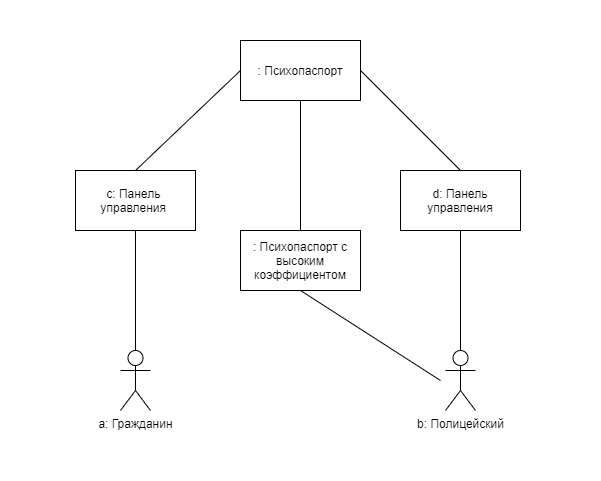
Earlier version of the draw.io export docs/pics/cooperative diagram 1.png (FF220v/ITMO-Psychopass-Team). Source tidied: cells renumbered, new cells last; positions are measured from the earlier drawing's top-left corner, leaving out a move shared by most shapes. Its diagram source:
```xml
<mxGraphModel>
  <root>
    <mxCell id="0" />
    <mxCell id="1" parent="0" />
    <mxCell id="2" style="rounded=0;whiteSpace=wrap;html=1;strokeColor=#FFFFFF;" parent="1" vertex="1">
      <mxGeometry width="600" height="480" as="geometry" />
    </mxCell>
    <mxCell id="3" style="edgeStyle=orthogonalEdgeStyle;rounded=0;jettySize=auto;html=1;entryX=0.5;entryY=1;entryDx=0;entryDy=0;endArrow=none;endFill=0;" parent="1" edge="1" source="4" target="8">
      <mxGeometry relative="1" as="geometry" />
    </mxCell>
    <mxCell id="4" value="a: Гражданин" style="shape=umlActor;verticalLabelPosition=bottom;verticalAlign=top;html=1;outlineConnect=0;" parent="1" vertex="1">
      <mxGeometry x="120" y="350" width="30" height="60" as="geometry" />
    </mxCell>
    <mxCell id="5" style="edgeStyle=none;rounded=0;jettySize=auto;html=1;entryX=0.5;entryY=1;entryDx=0;entryDy=0;endArrow=none;endFill=0;" parent="1" edge="1" source="6" target="9">
      <mxGeometry relative="1" as="geometry" />
    </mxCell>
    <mxCell id="6" value="b: Полицейский" style="shape=umlActor;verticalLabelPosition=bottom;verticalAlign=top;html=1;outlineConnect=0;" parent="1" vertex="1">
      <mxGeometry x="445" y="350" width="30" height="60" as="geometry" />
    </mxCell>
    <mxCell id="7" style="rounded=0;jettySize=auto;html=1;entryX=0;entryY=0.5;entryDx=0;entryDy=0;endArrow=none;endFill=0;exitX=0.5;exitY=0;exitDx=0;exitDy=0;" parent="1" edge="1" source="8" target="12">
      <mxGeometry relative="1" as="geometry" />
    </mxCell>
    <mxCell id="8" value="&lt;div&gt;&lt;span&gt;с: Панель&amp;nbsp; управления&amp;nbsp;&lt;/span&gt;&lt;/div&gt;" style="rounded=0;whiteSpace=wrap;html=1;align=center;" parent="1" vertex="1">
      <mxGeometry x="75" y="170" width="120" height="60" as="geometry" />
    </mxCell>
    <mxCell id="9" value="d: Панель управления" style="rounded=0;whiteSpace=wrap;html=1;align=center;" parent="1" vertex="1">
      <mxGeometry x="400" y="170" width="120" height="60" as="geometry" />
    </mxCell>
    <mxCell id="10" style="edgeStyle=none;rounded=0;jettySize=auto;html=1;entryX=0.5;entryY=0;entryDx=0;entryDy=0;endArrow=none;endFill=0;exitX=1;exitY=0.5;exitDx=0;exitDy=0;" parent="1" edge="1" source="12" target="9">
      <mxGeometry relative="1" as="geometry" />
    </mxCell>
    <mxCell id="11" style="edgeStyle=none;rounded=0;jettySize=auto;html=1;entryX=0.5;entryY=0;entryDx=0;entryDy=0;endArrow=none;endFill=0;" parent="1" edge="1" source="12" target="14">
      <mxGeometry relative="1" as="geometry" />
    </mxCell>
    <mxCell id="12" value=": Психопаспорт" style="rounded=0;whiteSpace=wrap;html=1;" parent="1" vertex="1">
      <mxGeometry x="240" y="40" width="120" height="60" as="geometry" />
    </mxCell>
    <mxCell id="13" style="edgeStyle=none;rounded=0;jettySize=auto;html=1;endArrow=none;endFill=0;exitX=0.5;exitY=1;exitDx=0;exitDy=0;" parent="1" edge="1" source="14">
      <mxGeometry relative="1" as="geometry">
        <mxPoint x="440" y="380" as="targetPoint" />
      </mxGeometry>
    </mxCell>
    <mxCell id="14" value=": Психопаспорт с высоким коэффициентом" style="rounded=0;whiteSpace=wrap;html=1;" parent="1" vertex="1">
      <mxGeometry x="240" y="230" width="120" height="60" as="geometry" />
    </mxCell>
  </root>
</mxGraphModel>
```
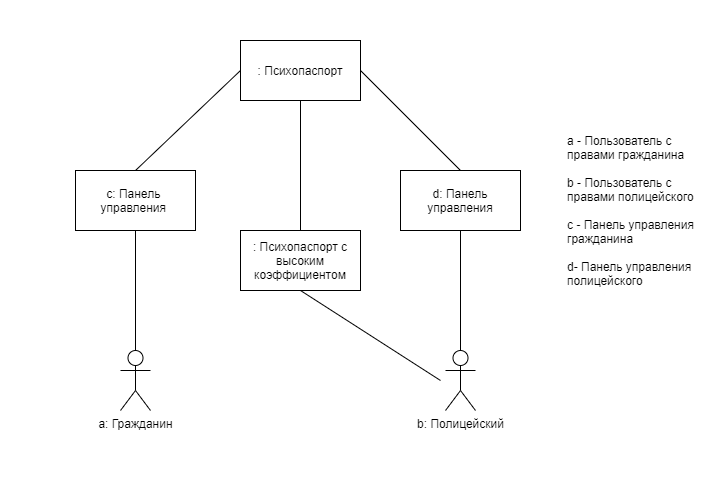
Above is the later version.

Commit message:
cooperative diagram 1 new edition picture

Change to the diagram source:
```diff
@@ -3,7 +3,7 @@
     <mxCell id="0" />
     <mxCell id="1" parent="0" />
     <mxCell id="2" style="rounded=0;whiteSpace=wrap;html=1;strokeColor=#FFFFFF;" parent="1" vertex="1">
-      <mxGeometry width="600" height="480" as="geometry" />
+      <mxGeometry width="700" height="480" as="geometry" />
     </mxCell>
     <mxCell id="3" style="edgeStyle=orthogonalEdgeStyle;rounded=0;jettySize=auto;html=1;entryX=0.5;entryY=1;entryDx=0;entryDy=0;endArrow=none;endFill=0;" parent="1" edge="1" source="4" target="8">
       <mxGeometry relative="1" as="geometry" />
@@ -40,8 +40,11 @@
         <mxPoint x="440" y="380" as="targetPoint" />
       </mxGeometry>
     </mxCell>
-    <mxCell id="14" value=": Психопаспорт с высоким коэффициентом" style="rounded=0;whiteSpace=wrap;html=1;" parent="1" vertex="1">
+    <mxCell id="14" value=": Психопаспорт с высоким коэффициентом" style="rounded=0;whiteSpace=wrap;html=1;align=center;" parent="1" vertex="1">
       <mxGeometry x="240" y="230" width="120" height="60" as="geometry" />
     </mxCell>
+    <mxCell id="15" value="&lt;div style=&quot;text-align: left&quot;&gt;&lt;span&gt;a - Пользователь с&lt;/span&gt;&lt;/div&gt;&lt;div style=&quot;text-align: left&quot;&gt;&lt;span&gt;правами гражданина&lt;/span&gt;&lt;/div&gt;&lt;div style=&quot;text-align: left&quot;&gt;&lt;br&gt;&lt;/div&gt;&lt;div style=&quot;text-align: left&quot;&gt;&lt;span&gt;b - Пользователь с&lt;/span&gt;&lt;/div&gt;&lt;div style=&quot;text-align: left&quot;&gt;&lt;span&gt;правами полицейского&lt;/span&gt;&lt;/div&gt;&lt;div style=&quot;text-align: left&quot;&gt;&lt;br&gt;&lt;/div&gt;&lt;div style=&quot;text-align: left&quot;&gt;&lt;span&gt;с - Панель управления&lt;/span&gt;&lt;/div&gt;&lt;div style=&quot;text-align: left&quot;&gt;&lt;span&gt;гражданина&lt;/span&gt;&lt;/div&gt;&lt;div style=&quot;text-align: left&quot;&gt;&lt;br&gt;&lt;/div&gt;&lt;div style=&quot;text-align: left&quot;&gt;&lt;span&gt;d- Панель управления&lt;/span&gt;&lt;/div&gt;&lt;div style=&quot;text-align: left&quot;&gt;&lt;span&gt;полицейского&lt;/span&gt;&lt;/div&gt;" style="text;html=1;align=center;verticalAlign=middle;" parent="1" vertex="1">
+      <mxGeometry x="560" y="130" width="140" height="160" as="geometry" />
+    </mxCell>
   </root>
 </mxGraphModel>
```
